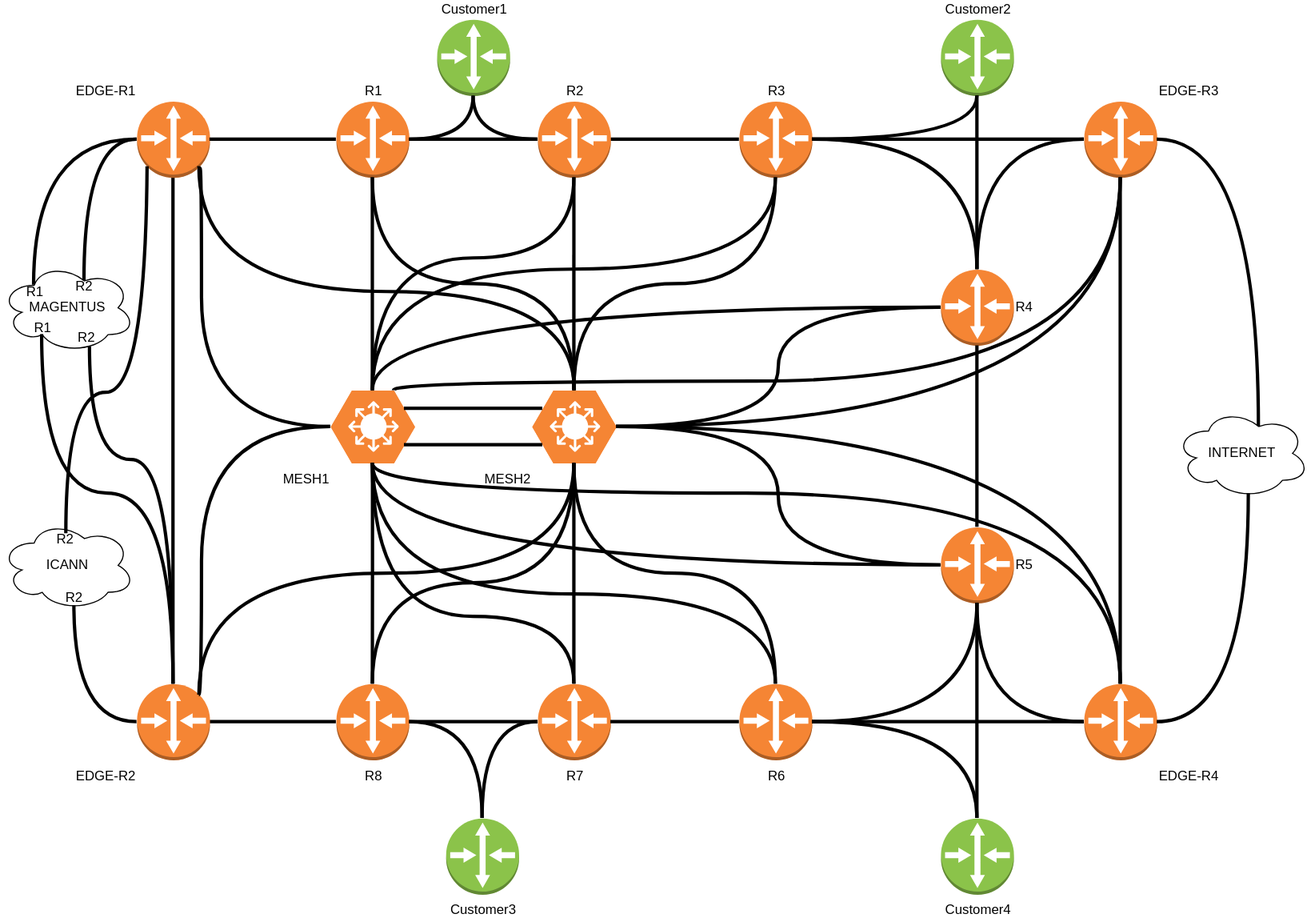
NovySoft/gns3tester keeps this draw.io diagram as tests/yapper/YAPPER-TESTING.drawio.svg. Above is the earlier version. Source tidied: cells renumbered, new cells last; positions are measured from the earlier drawing's top-left corner, leaving out a move shared by most shapes.
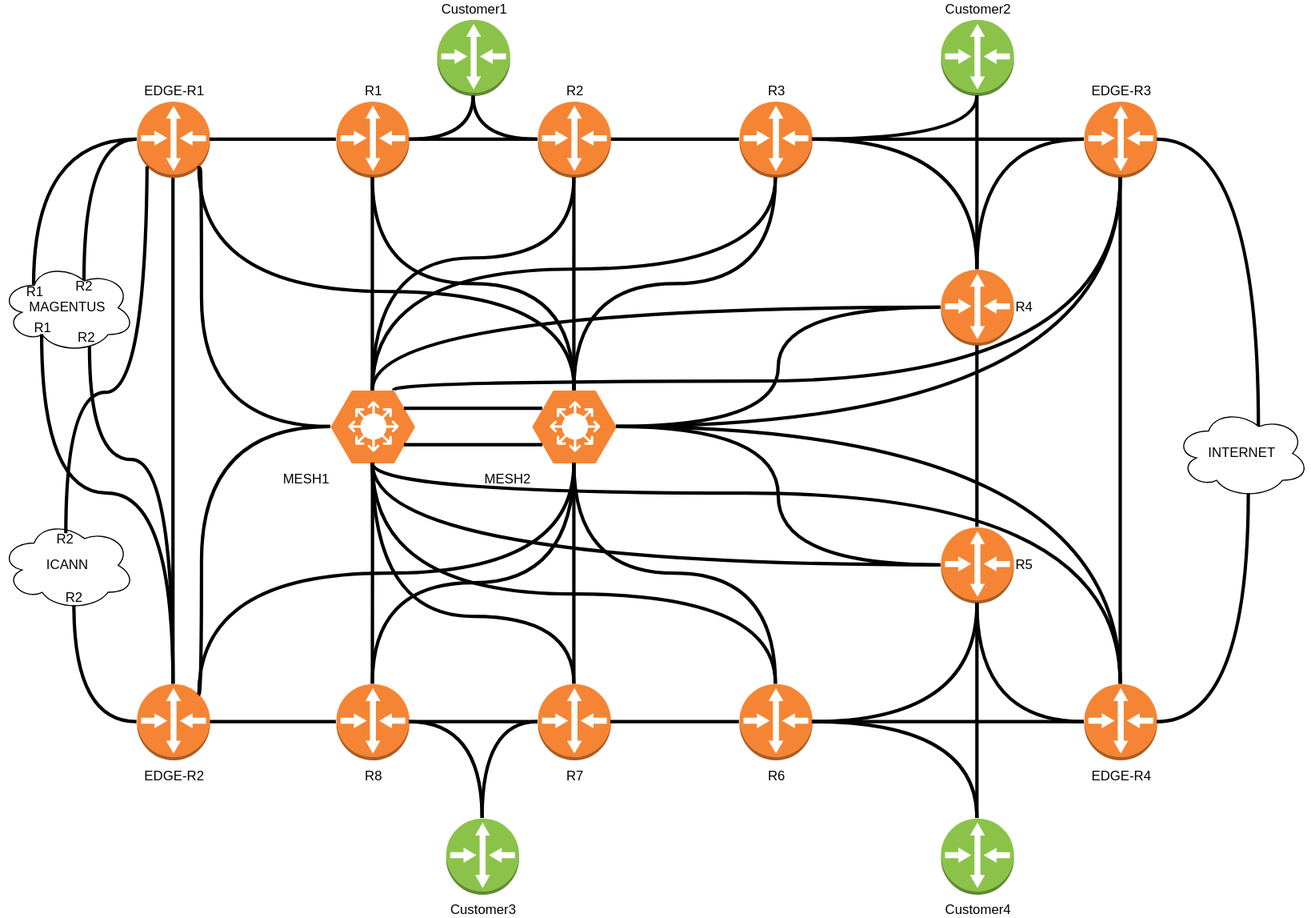
The same diagram one commit later.

The edit, as a diff of the source:
```diff
@@ -13,13 +13,13 @@
         </Array>
       </mxGeometry>
     </mxCell>
-    <mxCell id="4" value="EDGE-R1" style="outlineConnect=0;dashed=0;verticalLabelPosition=top;verticalAlign=bottom;align=right;html=1;shape=mxgraph.aws3.router;fillColor=#F58534;gradientColor=none;labelPosition=left;" parent="1" vertex="1">
+    <mxCell id="4" value="EDGE-R1" style="outlineConnect=0;dashed=0;verticalLabelPosition=top;verticalAlign=bottom;align=center;html=1;shape=mxgraph.aws3.router;fillColor=#F58534;gradientColor=none;labelPosition=center;" parent="1" vertex="1">
       <mxGeometry x="121.9" y="73" width="65.2" height="68" as="geometry" />
     </mxCell>
     <mxCell id="5" style="edgeStyle=orthogonalEdgeStyle;rounded=0;jettySize=auto;html=1;exitX=1;exitY=0.5;exitDx=0;exitDy=0;exitPerimeter=0;endArrow=none;endFill=0;strokeWidth=3;" parent="1" edge="1" source="6" target="10">
       <mxGeometry relative="1" as="geometry" />
     </mxCell>
-    <mxCell id="6" value="EDGE-R2" style="outlineConnect=0;dashed=0;verticalLabelPosition=bottom;verticalAlign=top;align=right;html=1;shape=mxgraph.aws3.router;fillColor=#F58534;gradientColor=none;labelPosition=left;" parent="1" vertex="1">
+    <mxCell id="6" value="EDGE-R2" style="outlineConnect=0;dashed=0;verticalLabelPosition=bottom;verticalAlign=top;align=center;html=1;shape=mxgraph.aws3.router;fillColor=#F58534;gradientColor=none;labelPosition=center;" parent="1" vertex="1">
       <mxGeometry x="121.9" y="593" width="65.2" height="68" as="geometry" />
     </mxCell>
     <mxCell id="7" style="edgeStyle=orthogonalEdgeStyle;rounded=0;jettySize=auto;html=1;exitX=1;exitY=0.5;exitDx=0;exitDy=0;exitPerimeter=0;endArrow=none;endFill=0;curved=1;strokeWidth=3;" parent="1" edge="1" source="8" target="60">
@@ -55,10 +55,10 @@
     <mxCell id="17" value="R5" style="outlineConnect=0;dashed=0;verticalLabelPosition=middle;verticalAlign=middle;align=left;html=1;shape=mxgraph.aws3.router;fillColor=#F58534;gradientColor=none;labelPosition=right;" parent="1" vertex="1">
       <mxGeometry x="840" y="453" width="65.2" height="68" as="geometry" />
     </mxCell>
-    <mxCell id="18" value="EDGE-R3" style="outlineConnect=0;dashed=0;verticalLabelPosition=top;verticalAlign=bottom;align=left;html=1;shape=mxgraph.aws3.router;fillColor=#F58534;gradientColor=none;labelPosition=right;" parent="1" vertex="1">
+    <mxCell id="18" value="EDGE-R3" style="outlineConnect=0;dashed=0;verticalLabelPosition=top;verticalAlign=bottom;align=center;html=1;shape=mxgraph.aws3.router;fillColor=#F58534;gradientColor=none;labelPosition=center;" parent="1" vertex="1">
       <mxGeometry x="968" y="73" width="65.2" height="68" as="geometry" />
     </mxCell>
-    <mxCell id="19" value="EDGE-R4" style="outlineConnect=0;dashed=0;verticalLabelPosition=bottom;verticalAlign=top;align=left;html=1;shape=mxgraph.aws3.router;fillColor=#F58534;gradientColor=none;labelPosition=right;" parent="1" vertex="1">
+    <mxCell id="19" value="EDGE-R4" style="outlineConnect=0;dashed=0;verticalLabelPosition=bottom;verticalAlign=top;align=center;html=1;shape=mxgraph.aws3.router;fillColor=#F58534;gradientColor=none;labelPosition=center;" parent="1" vertex="1">
       <mxGeometry x="968" y="593" width="65.2" height="68" as="geometry" />
     </mxCell>
     <mxCell id="20" value="INTERNET" style="ellipse;shape=cloud;whiteSpace=wrap;html=1;fillColor=none;" parent="1" vertex="1">
```
